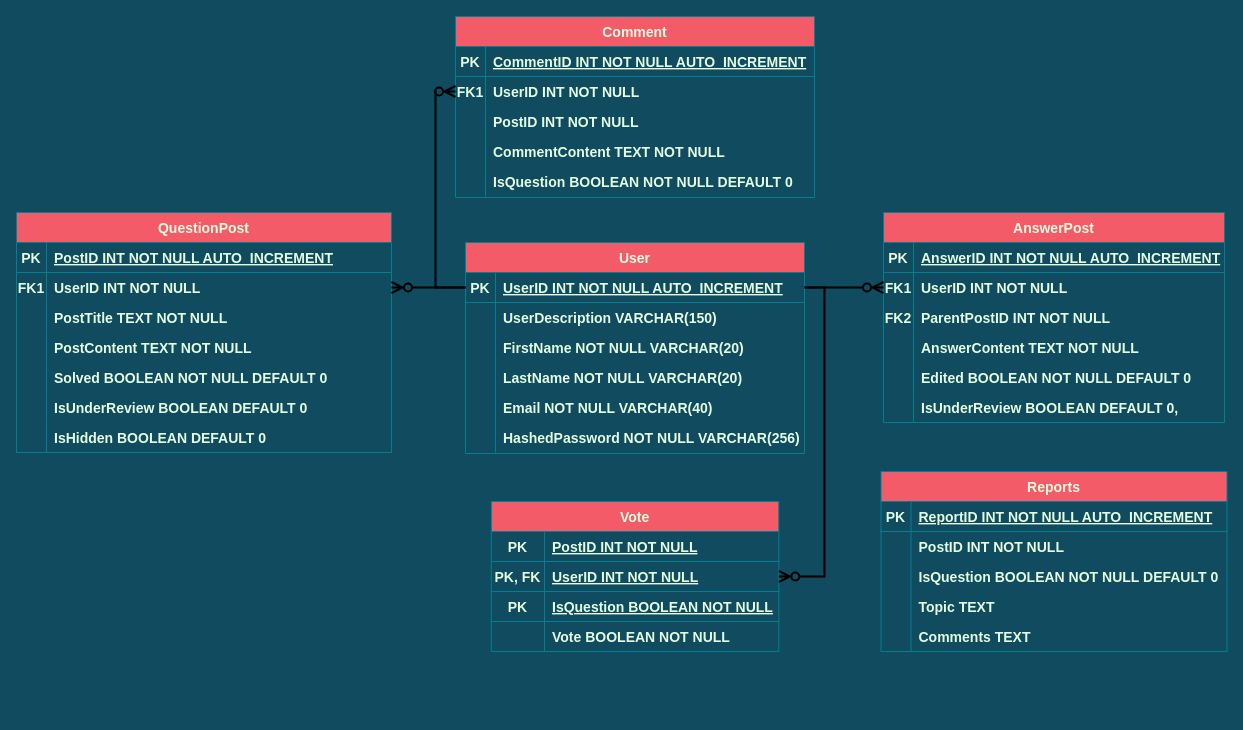
HurtzWhenIP/wits-overflow keeps this draw.io diagram as database/ERD.drawio. Above is the earlier version. Source tidied: cells renumbered, new cells numbered last; positions are measured from the earlier drawing's top-left corner, leaving out a move shared by most shapes. Both pictures are drawn from the tidied source at 100%, with x=0, y=0 at pixel (16, 16).
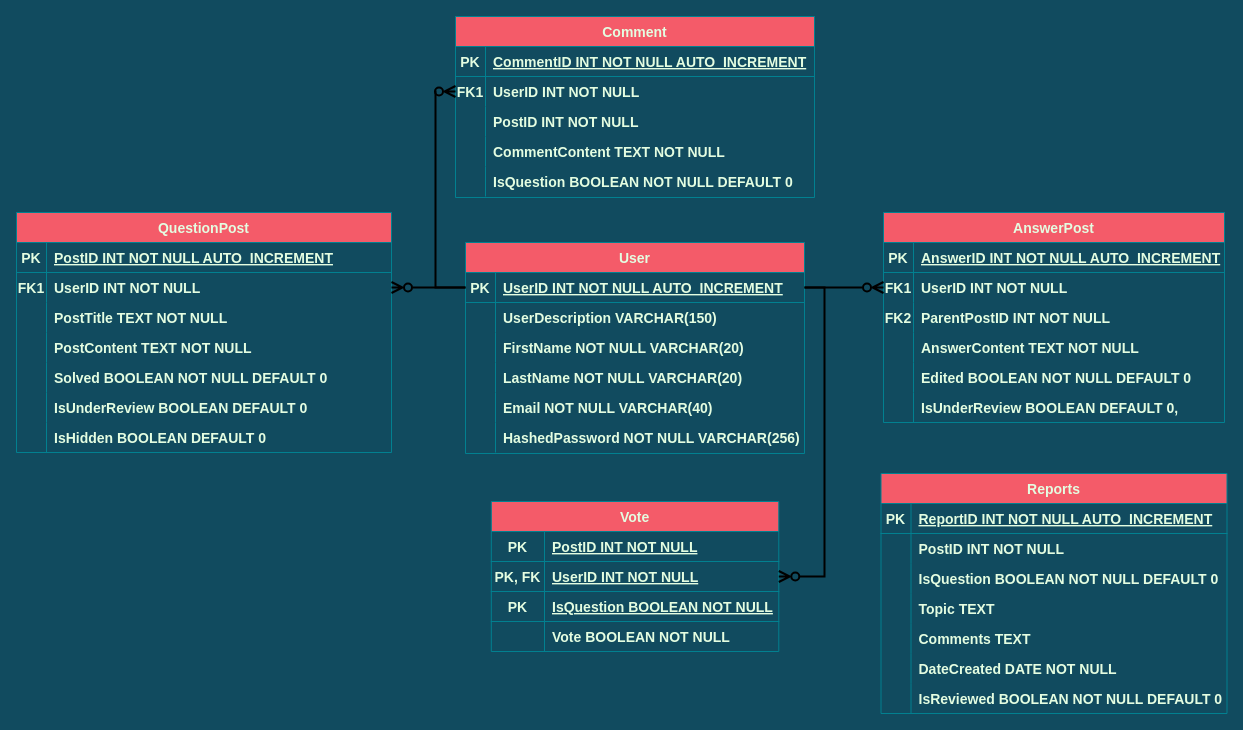
The same diagram, later.

Commit message:
Update database structure

Diff of the diagram source:
```diff
@@
     <mxCell id="95" value="Reports" style="shape=table;startSize=30;childLayout=tableLayout;rowLines=0;fontStyle=1;align=center;fillColor=#F45B69;strokeColor=#028090;fontColor=#E4FDE1;fontSize=14;" parent="1" vertex="1">
-      <mxGeometry x="864.5" y="455" width="346" height="180" as="geometry" />
+      <mxGeometry x="864.5" y="457" width="346" height="240" as="geometry" />
     </mxCell>
@@
+    <mxCell id="111" style="shape=partialRectangle;fillColor=none;top=0;left=0;right=0;bottom=0;strokeColor=#028090;fontColor=#E4FDE1;fontSize=14;fontStyle=1;" parent="95" vertex="1">
+      <mxGeometry y="180" width="346" height="30" as="geometry" />
+    </mxCell>
+    <mxCell id="112" style="shape=partialRectangle;overflow=hidden;fillColor=none;top=0;left=0;bottom=0;right=0;strokeColor=#028090;fontColor=#E4FDE1;fontSize=14;fontStyle=1;" parent="111" vertex="1">
+      <mxGeometry width="30" height="30" as="geometry" />
+    </mxCell>
+    <mxCell id="113" value="DateCreated DATE NOT NULL" style="shape=partialRectangle;overflow=hidden;fillColor=none;top=0;left=0;bottom=0;right=0;align=left;spacingLeft=6;strokeColor=#028090;fontColor=#E4FDE1;fontSize=14;fontStyle=1;" parent="111" vertex="1">
+      <mxGeometry x="30" width="316" height="30" as="geometry" />
+    </mxCell>
+    <mxCell id="114" style="shape=partialRectangle;fillColor=none;top=0;left=0;right=0;bottom=0;strokeColor=#028090;fontColor=#E4FDE1;fontSize=14;fontStyle=1;" parent="95" vertex="1">
+      <mxGeometry y="210" width="346" height="30" as="geometry" />
+    </mxCell>
+    <mxCell id="115" style="shape=partialRectangle;overflow=hidden;fillColor=none;top=0;left=0;bottom=0;right=0;strokeColor=#028090;fontColor=#E4FDE1;fontSize=14;fontStyle=1;" parent="114" vertex="1">
+      <mxGeometry width="30" height="30" as="geometry" />
+    </mxCell>
+    <mxCell id="116" value="IsReviewed BOOLEAN NOT NULL DEFAULT 0" style="shape=partialRectangle;overflow=hidden;fillColor=none;top=0;left=0;bottom=0;right=0;align=left;spacingLeft=6;strokeColor=#028090;fontColor=#E4FDE1;fontSize=14;fontStyle=1;" parent="114" vertex="1">
+      <mxGeometry x="30" width="316" height="30" as="geometry" />
+    </mxCell>
```
